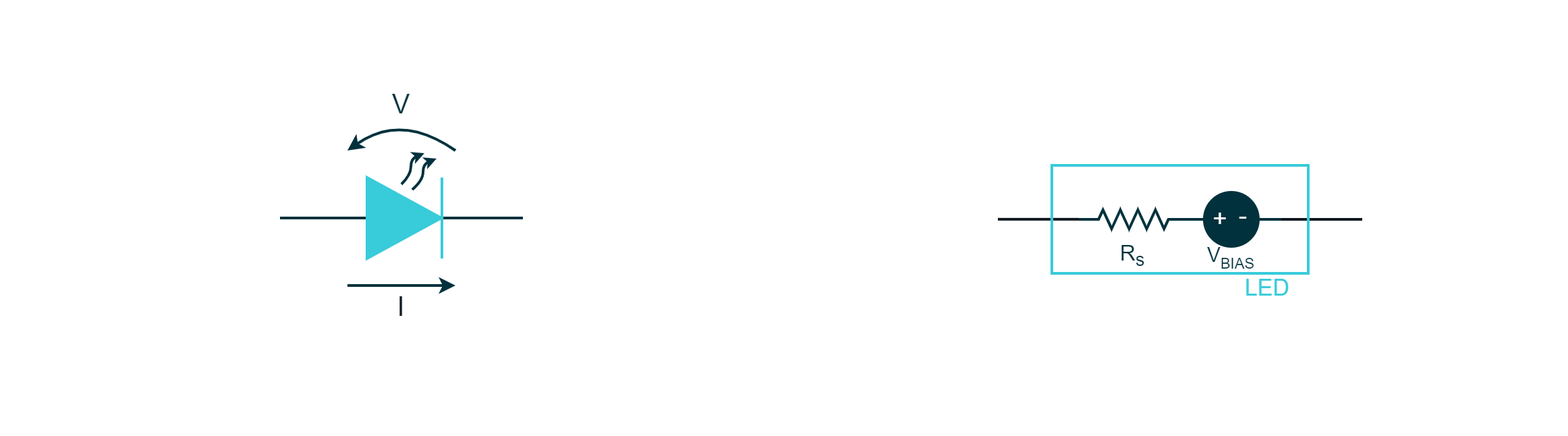
This is draw.io/PE Articles/General knowledge/Fundamentals/A complete overview of LEDs/LED model direct polarization (PE).png from PLAY-Embedded/pe_assets, a draw.io export, as it was before one commit. Source tidied: cells renumbered, new cells last; positions are measured from the earlier drawing's top-left corner, leaving out a move shared by most shapes. Its diagram source:
```xml
<mxGraphModel>
  <root>
    <mxCell id="0" />
    <mxCell id="1" parent="0" />
    <mxCell id="2" style="rounded=0;whiteSpace=wrap;html=1;strokeColor=none;strokeWidth=2;fontFamily=Arial;fontSize=20;fontColor=#FFFFFF;fillColor=#FFFFFF;opacity=0;" parent="1" vertex="1">
      <mxGeometry width="1160" height="320" as="geometry" />
    </mxCell>
    <mxCell id="3" style="endArrow=none;html=1;rounded=0;strokeColor=#00313C;strokeWidth=2;fontFamily=Arial;fontSize=20;fontColor=#101820;fillColor=#00313C;" parent="1" edge="1">
      <mxGeometry relative="1" as="geometry">
        <mxPoint x="386" y="160" as="sourcePoint" />
        <mxPoint x="206" y="160" as="targetPoint" />
      </mxGeometry>
    </mxCell>
    <mxCell id="4" style="endArrow=classic;html=1;strokeColor=#00313C;strokeWidth=2;fontFamily=Arial;fontSize=20;fontColor=#101820;fillColor=#00313C;curved=1;" parent="1" edge="1">
      <mxGeometry relative="1" as="geometry">
        <mxPoint x="336" y="110" as="sourcePoint" />
        <mxPoint x="256" y="110" as="targetPoint" />
        <Array as="points">
          <mxPoint x="296" y="82" />
        </Array>
      </mxGeometry>
    </mxCell>
    <mxCell id="5" value="&lt;font color=&quot;#00313c&quot;&gt;V&lt;/font&gt;" style="rounded=0;whiteSpace=wrap;html=1;strokeColor=none;strokeWidth=2;fontFamily=Arial;fontSize=20;fontColor=#101820;fillColor=none;" parent="1" vertex="1">
      <mxGeometry x="286" y="60" width="20" height="30" as="geometry" />
    </mxCell>
    <mxCell id="6" style="endArrow=classic;html=1;strokeColor=#00313C;strokeWidth=2;fontFamily=Arial;fontSize=20;fontColor=#101820;fillColor=#00313C;rounded=0;" parent="1" edge="1">
      <mxGeometry relative="1" as="geometry">
        <mxPoint x="256" y="210" as="sourcePoint" />
        <mxPoint x="336" y="210" as="targetPoint" />
      </mxGeometry>
    </mxCell>
    <mxCell id="7" value="I" style="rounded=0;whiteSpace=wrap;html=1;strokeColor=none;strokeWidth=2;fontFamily=Arial;fontSize=20;fontColor=#101820;fillColor=none;" parent="1" vertex="1">
      <mxGeometry x="286" y="210" width="20" height="30" as="geometry" />
    </mxCell>
    <mxCell id="8" style="triangle;whiteSpace=wrap;html=1;strokeColor=#38CBDA;strokeWidth=2;fontFamily=Arial;fontSize=20;fontColor=#FFFFFF;fillColor=#38CBDA;rotation=90;direction=north;" parent="1" vertex="1">
      <mxGeometry x="268" y="132.5" width="60" height="55" as="geometry" />
    </mxCell>
    <mxCell id="9" style="endArrow=none;html=1;rounded=0;strokeColor=#38CBDA;strokeWidth=2;fontFamily=Arial;fontSize=20;fontColor=#101820;fillColor=#38CBDA;" parent="1" edge="1">
      <mxGeometry relative="1" as="geometry">
        <mxPoint x="326" y="190" as="sourcePoint" />
        <mxPoint x="326" y="130" as="targetPoint" />
      </mxGeometry>
    </mxCell>
    <mxCell id="10" style="endArrow=classic;html=1;strokeColor=#00313C;strokeWidth=2;fontFamily=Arial;fontSize=20;fontColor=#101820;fillColor=#00313C;endSize=3;startSize=3;curved=1;" parent="1" edge="1">
      <mxGeometry relative="1" as="geometry">
        <mxPoint x="296" y="135" as="sourcePoint" />
        <mxPoint x="313" y="112" as="targetPoint" />
        <Array as="points">
          <mxPoint x="303" y="128" />
          <mxPoint x="303" y="116" />
        </Array>
      </mxGeometry>
    </mxCell>
    <mxCell id="11" style="endArrow=classic;html=1;strokeColor=#00313C;strokeWidth=2;fontFamily=Arial;fontSize=20;fontColor=#101820;fillColor=#00313C;endSize=3;startSize=3;curved=1;" parent="1" edge="1">
      <mxGeometry relative="1" as="geometry">
        <mxPoint x="304" y="139" as="sourcePoint" />
        <mxPoint x="322" y="116" as="targetPoint" />
        <Array as="points">
          <mxPoint x="312" y="132" />
          <mxPoint x="312" y="120" />
        </Array>
      </mxGeometry>
    </mxCell>
    <mxCell id="12" style="group;" parent="1" vertex="1">
      <mxGeometry x="738" y="121" width="270" height="100" as="geometry" />
    </mxCell>
    <mxCell id="13" style="endArrow=none;html=1;rounded=0;strokeColor=#101820;strokeWidth=2;fontFamily=Arial;fontSize=20;fontColor=#101820;fillColor=none;endFill=0;endSize=3;startSize=3;" parent="12" edge="1">
      <mxGeometry relative="1" as="geometry">
        <mxPoint y="39.9" as="sourcePoint" />
        <mxPoint x="60" y="39.9" as="targetPoint" />
      </mxGeometry>
    </mxCell>
    <mxCell id="14" style="endArrow=none;html=1;rounded=0;strokeColor=#101820;strokeWidth=2;fontFamily=Arial;fontSize=20;fontColor=#101820;fillColor=none;endFill=0;endSize=3;startSize=3;" parent="12" edge="1">
      <mxGeometry relative="1" as="geometry">
        <mxPoint x="270" y="40" as="sourcePoint" />
        <mxPoint x="210" y="40" as="targetPoint" />
      </mxGeometry>
    </mxCell>
    <mxCell id="15" style="rounded=0;whiteSpace=wrap;html=1;strokeColor=#38CBDA;strokeWidth=2;fontFamily=Arial;fontSize=20;fontColor=#FFFFFF;fillColor=none;" parent="12" vertex="1">
      <mxGeometry x="40" width="190" height="80" as="geometry" />
    </mxCell>
    <mxCell id="16" value="&lt;font style=&quot;font-size: 17px;&quot; color=&quot;#38cbda&quot;&gt;LED&lt;/font&gt;" style="rounded=0;whiteSpace=wrap;html=1;strokeColor=none;strokeWidth=2;fontFamily=Arial;fontSize=20;fontColor=#101820;fillColor=none;" parent="12" vertex="1">
      <mxGeometry x="170" y="80" width="60" height="20" as="geometry" />
    </mxCell>
    <mxCell id="17" style="verticalLabelPosition=bottom;shadow=0;dashed=0;align=center;fillColor=#00313C;html=1;verticalAlign=top;strokeWidth=2;shape=mxgraph.electrical.resistors.resistor_2;fontSize=16;fontColor=#FFFFFF;strokeColor=#00313C;rotation=0;fontFamily=Arial;" parent="12" vertex="1">
      <mxGeometry x="60" y="33" width="81" height="14" as="geometry" />
    </mxCell>
    <mxCell id="18" value="R&lt;sub&gt;s&lt;/sub&gt;" style="rounded=0;whiteSpace=wrap;html=1;strokeColor=none;strokeWidth=2;fontFamily=Arial;fontSize=16;fontColor=#00313C;fillColor=none;align=center;" parent="12" vertex="1">
      <mxGeometry x="80" y="62" width="40" height="10" as="geometry" />
    </mxCell>
    <mxCell id="19" style="endArrow=none;html=1;strokeWidth=2;strokeColor=#00313C;fillColor=#00313C;" parent="12" edge="1" source="20">
      <mxGeometry relative="1" as="geometry">
        <mxPoint x="210" y="40" as="targetPoint" />
      </mxGeometry>
    </mxCell>
    <mxCell id="20" style="ellipse;whiteSpace=wrap;html=1;strokeWidth=2;strokeColor=#00313C;fillColor=#00313C;fontColor=#FFFFFF;" parent="12" vertex="1">
      <mxGeometry x="153" y="20" width="40" height="40" as="geometry" />
    </mxCell>
    <mxCell id="21" style="endArrow=none;html=1;strokeWidth=2;strokeColor=#00313C;fillColor=#00313C;" parent="12" edge="1" target="20">
      <mxGeometry relative="1" as="geometry">
        <mxPoint x="140" y="40" as="sourcePoint" />
        <Array as="points">
          <mxPoint x="150" y="40" />
        </Array>
      </mxGeometry>
    </mxCell>
    <mxCell id="22" value="&lt;font color=&quot;#ffffff&quot; style=&quot;font-size: 18px;&quot;&gt;+&lt;/font&gt;" style="rounded=0;whiteSpace=wrap;html=1;strokeColor=none;strokeWidth=2;fillColor=none;fontSize=18;" parent="12" vertex="1">
      <mxGeometry x="160" y="34.5" width="10" height="10" as="geometry" />
    </mxCell>
    <mxCell id="23" value="&lt;font style=&quot;font-size: 18px;&quot;&gt;-&lt;/font&gt;" style="rounded=0;whiteSpace=wrap;html=1;strokeColor=none;strokeWidth=2;fillColor=none;fontSize=18;fontColor=#FFFFFF;" parent="12" vertex="1">
      <mxGeometry x="177" y="33" width="10" height="10" as="geometry" />
    </mxCell>
    <mxCell id="24" value="&lt;font color=&quot;#00313c&quot;&gt;&lt;font style=&quot;font-size: 15px;&quot;&gt;V&lt;/font&gt;&lt;sub style=&quot;&quot;&gt;&lt;font style=&quot;font-size: 11px;&quot;&gt;BIAS&lt;/font&gt;&lt;/sub&gt;&lt;/font&gt;" style="rounded=0;whiteSpace=wrap;html=1;strokeColor=none;strokeWidth=2;fontFamily=Arial;fontSize=20;fontColor=#101820;fillColor=none;" parent="12" vertex="1">
      <mxGeometry x="143" y="62" width="60" height="10" as="geometry" />
    </mxCell>
  </root>
</mxGraphModel>
```
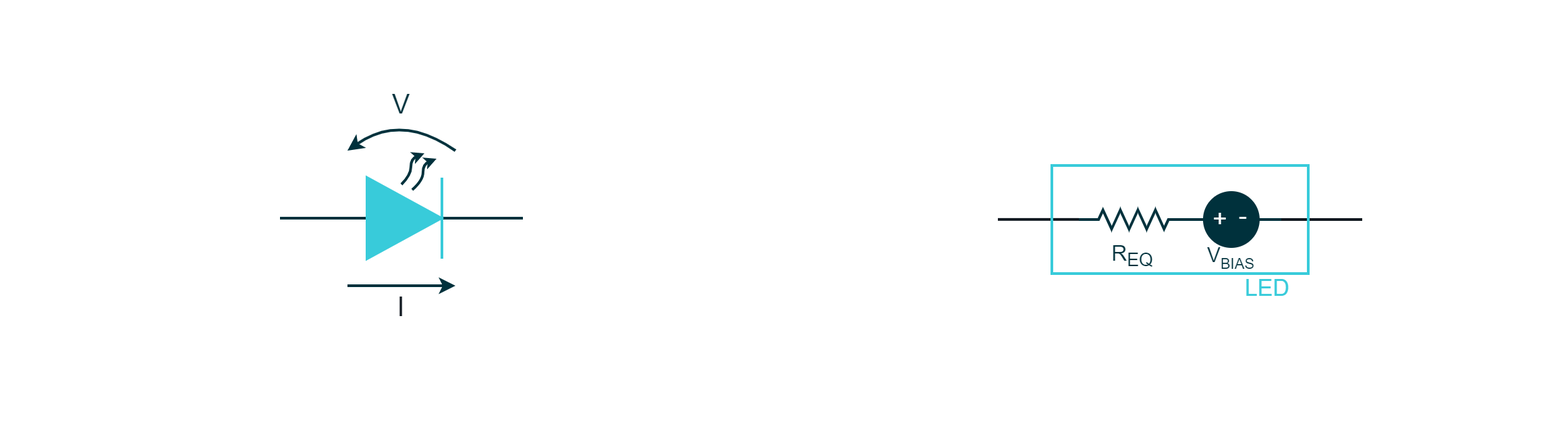
The same file after the commit.

Commit message:
Reworking LEDs schematic for the latest article

Change to the diagram source:
```diff
@@ -85,7 +85,7 @@
     <mxCell id="17" style="verticalLabelPosition=bottom;shadow=0;dashed=0;align=center;fillColor=#00313C;html=1;verticalAlign=top;strokeWidth=2;shape=mxgraph.electrical.resistors.resistor_2;fontSize=16;fontColor=#FFFFFF;strokeColor=#00313C;rotation=0;fontFamily=Arial;" parent="12" vertex="1">
       <mxGeometry x="60" y="33" width="81" height="14" as="geometry" />
     </mxCell>
-    <mxCell id="18" value="R&lt;sub&gt;s&lt;/sub&gt;" style="rounded=0;whiteSpace=wrap;html=1;strokeColor=none;strokeWidth=2;fontFamily=Arial;fontSize=16;fontColor=#00313C;fillColor=none;align=center;" parent="12" vertex="1">
+    <mxCell id="18" value="R&lt;sub&gt;EQ&lt;/sub&gt;" style="rounded=0;whiteSpace=wrap;html=1;strokeColor=none;strokeWidth=2;fontFamily=Arial;fontSize=16;fontColor=#00313C;fillColor=none;align=center;" parent="12" vertex="1">
       <mxGeometry x="80" y="62" width="40" height="10" as="geometry" />
     </mxCell>
     <mxCell id="19" style="endArrow=none;html=1;strokeWidth=2;strokeColor=#00313C;fillColor=#00313C;" parent="12" edge="1" source="20">
```
